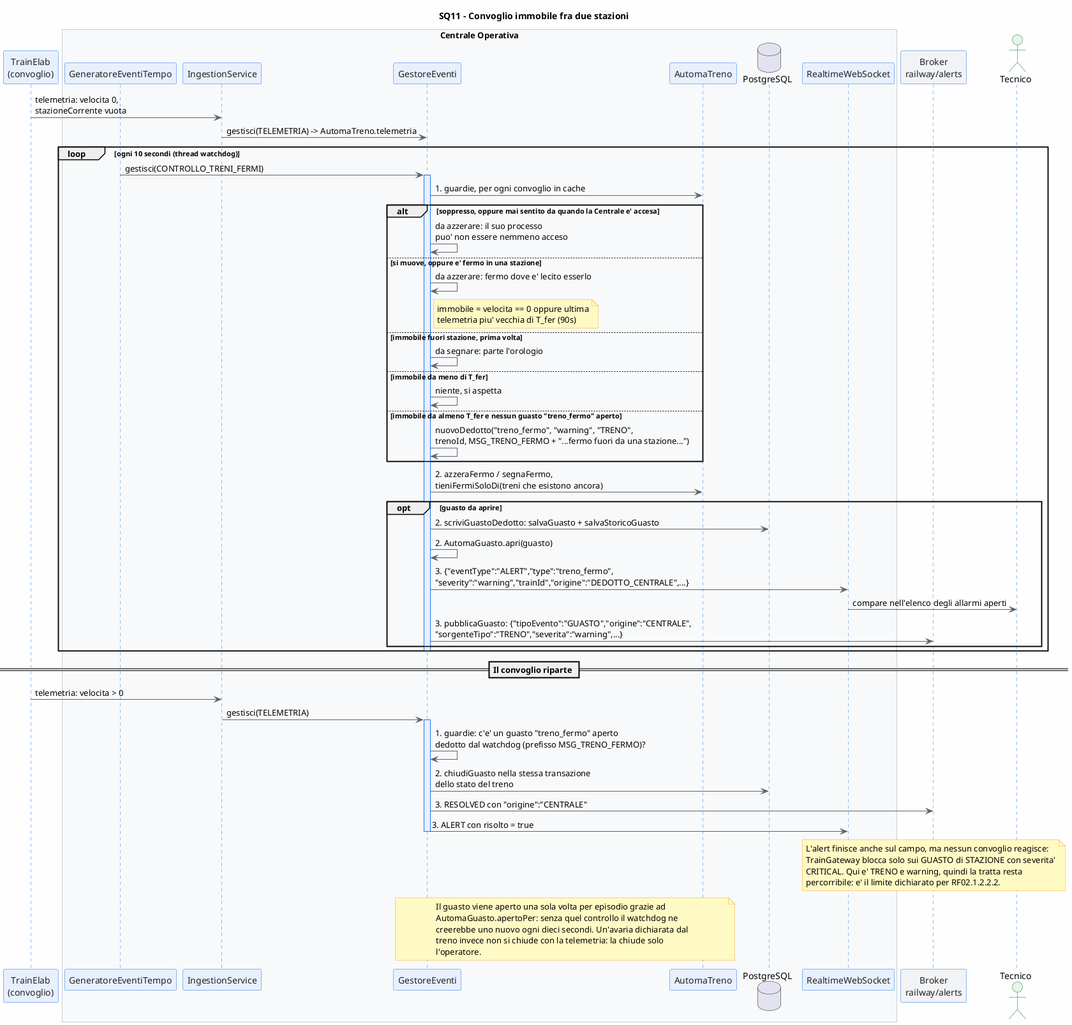
This is doc/documentazioneFinale/immaginiDocumentazioneDelSistemaMonitoraggioEGestioneDelTrafficoFerroviario/sq_11_treno_fermo.png from mar-robba/PISSIR, a PlantUML export, as it was before one commit.
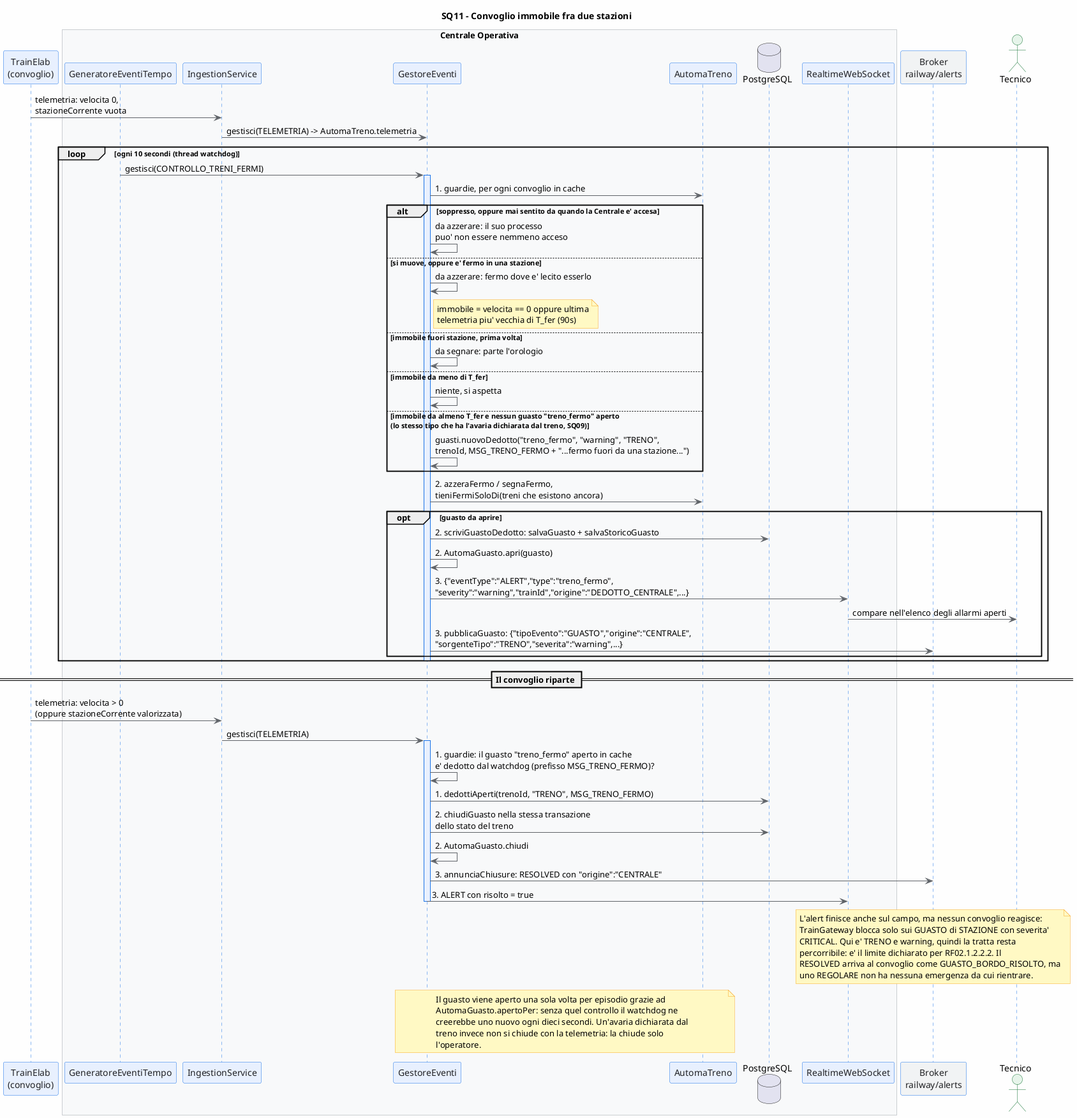
The same diagram one commit later.

The edit, as a diff of the source:
```diff
@@ -52,8 +52,8 @@
         GES -> GES : da segnare: parte l'orologio
     else immobile da meno di T_fer
         GES -> GES : niente, si aspetta
-    else immobile da almeno T_fer e nessun guasto "treno_fermo" aperto
-        GES -> GES : nuovoDedotto("treno_fermo", "warning", "TRENO",\ntrenoId, MSG_TRENO_FERMO + "...fermo fuori da una stazione...")
+    else immobile da almeno T_fer e nessun guasto "treno_fermo" aperto\n(lo stesso tipo che ha l'avaria dichiarata dal treno, SQ09)
+        GES -> GES : guasti.nuovoDedotto("treno_fermo", "warning", "TRENO",\ntrenoId, MSG_TRENO_FERMO + "...fermo fuori da una stazione...")
     end
     GES -> AUT : 2. azzeraFermo / segnaFermo,\ntieniFermiSoloDi(treni che esistono ancora)
     opt guasto da aprire
@@ -68,12 +68,14 @@
 
 == Il convoglio riparte ==
 
-ELAB -> ING : telemetria: velocita > 0
+ELAB -> ING : telemetria: velocita > 0\n(oppure stazioneCorrente valorizzata)
 ING -> GES : gestisci(TELEMETRIA)
 activate GES
-GES -> GES : 1. guardie: c'e' un guasto "treno_fermo" aperto\ndedotto dal watchdog (prefisso MSG_TRENO_FERMO)?
+GES -> GES : 1. guardie: il guasto "treno_fermo" aperto in cache\ne' dedotto dal watchdog (prefisso MSG_TRENO_FERMO)?
+GES -> PG : 1. dedottiAperti(trenoId, "TRENO", MSG_TRENO_FERMO)
 GES -> PG : 2. chiudiGuasto nella stessa transazione\ndello stato del treno
-GES -> BROKER : 3. RESOLVED con "origine":"CENTRALE"
+GES -> GES : 2. AutomaGuasto.chiudi
+GES -> BROKER : 3. annunciaChiusure: RESOLVED con "origine":"CENTRALE"
 GES -> WS : 3. ALERT con risolto = true
 deactivate GES
 
@@ -81,7 +83,9 @@
   L'alert finisce anche sul campo, ma nessun convoglio reagisce:
   TrainGateway blocca solo sui GUASTO di STAZIONE con severita'
   CRITICAL. Qui e' TRENO e warning, quindi la tratta resta
-  percorribile: e' il limite dichiarato per RF02.1.2.2.2.
+  percorribile: e' il limite dichiarato per RF02.1.2.2.2. Il
+  RESOLVED arriva al convoglio come GUASTO_BORDO_RISOLTO, ma
+  uno REGOLARE non ha nessuna emergenza da cui rientrare.
 end note
 
 note over GES, AUT
```
